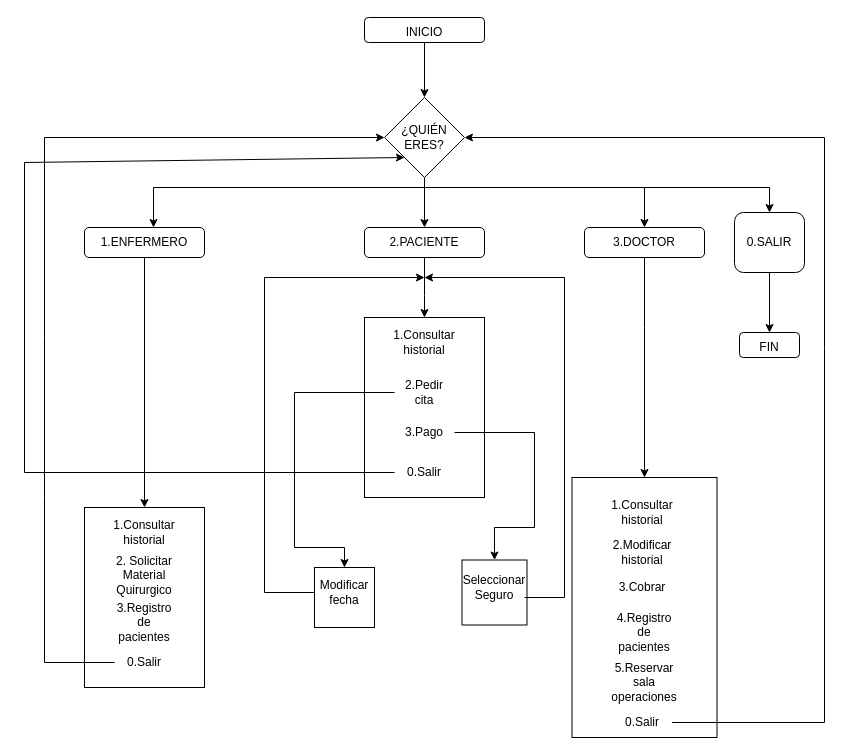
This is Interfaz_Proyecto.drawio from JuanEspinosa97/tis_2022_repositorio, a draw.io file, before an edit. Source tidied: cells renumbered, new cells numbered last; positions are measured from the earlier drawing's top-left corner, leaving out a move shared by most shapes. Both pictures are drawn from the tidied source at 100%, with x=0, y=0 at pixel (24, 17).
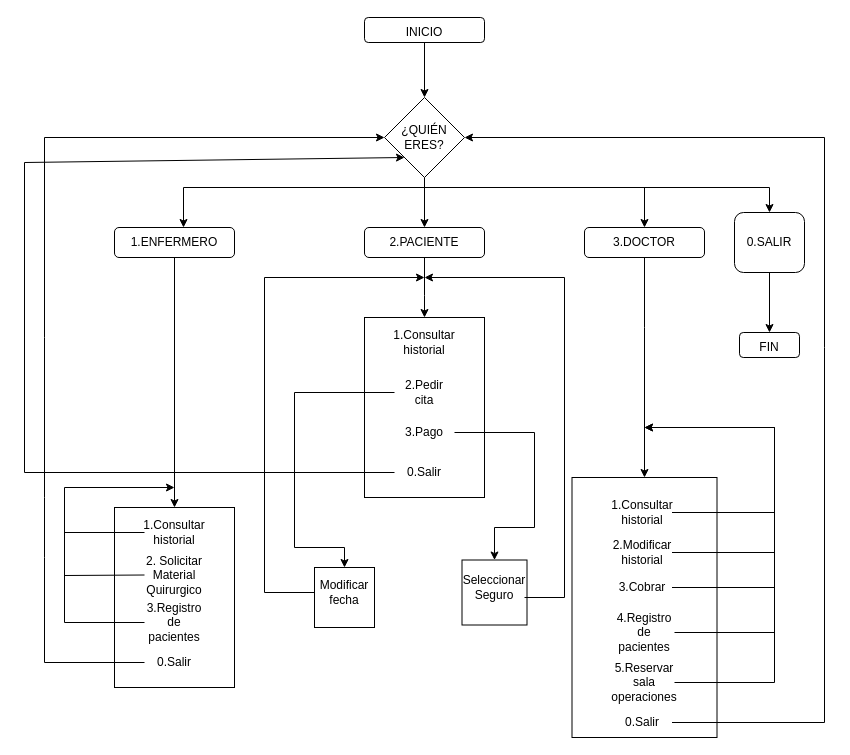
Above is the later version.

Commit message (it also covers changes not shown here):
Cambios Interfaz

The change refers to these unchanged cells:
```xml
<mxCell id="16" value="1.Consultar historial" style="text;html=1;strokeColor=none;fillColor=none;align=center;verticalAlign=middle;whiteSpace=wrap;rounded=0;" parent="1" vertex="1">
  <mxGeometry x="587.5" y="480" width="60" height="30" as="geometry" />
</mxCell>
<mxCell id="17" value="2.Modificar historial" style="text;html=1;strokeColor=none;fillColor=none;align=center;verticalAlign=middle;whiteSpace=wrap;rounded=0;" parent="1" vertex="1">
  <mxGeometry x="587.5" y="520" width="60" height="30" as="geometry" />
</mxCell>
<mxCell id="18" value="3.Cobrar" style="text;html=1;strokeColor=none;fillColor=none;align=center;verticalAlign=middle;whiteSpace=wrap;rounded=0;" parent="1" vertex="1">
  <mxGeometry x="587.5" y="555" width="60" height="30" as="geometry" />
</mxCell>
<mxCell id="47" value="¿QUIÉN ERES?" style="text;html=1;strokeColor=none;fillColor=none;align=center;verticalAlign=middle;whiteSpace=wrap;rounded=0;" parent="1" vertex="1">
  <mxGeometry x="360" y="95" width="80" height="50" as="geometry" />
</mxCell>
<mxCell id="51" value="4.Registro de pacientes" style="text;html=1;strokeColor=none;fillColor=none;align=center;verticalAlign=middle;whiteSpace=wrap;rounded=0;" parent="1" vertex="1">
  <mxGeometry x="590" y="600" width="60" height="30" as="geometry" />
</mxCell>
<mxCell id="52" value="5.Reservar sala operaciones" style="text;html=1;strokeColor=none;fillColor=none;align=center;verticalAlign=middle;whiteSpace=wrap;rounded=0;" parent="1" vertex="1">
  <mxGeometry x="590" y="650" width="60" height="30" as="geometry" />
</mxCell>
```

Diff of the diagram source:
```diff
@@
     <mxCell id="3" style="rounded=0;whiteSpace=wrap;html=1;" parent="1" vertex="1">
-      <mxGeometry x="60" y="490" width="120" height="180" as="geometry" />
+      <mxGeometry x="90" y="490" width="120" height="180" as="geometry" />
     </mxCell>
@@
     <mxCell id="10" style="rounded=1;whiteSpace=wrap;html=1;" parent="1" vertex="1">
-      <mxGeometry x="60" y="210" width="120" height="30" as="geometry" />
+      <mxGeometry x="90" y="210" width="120" height="30" as="geometry" />
     </mxCell>
@@
     <mxCell id="12" value="1.ENFERMERO" style="text;html=1;strokeColor=none;fillColor=none;align=center;verticalAlign=middle;whiteSpace=wrap;rounded=0;" parent="1" vertex="1">
-      <mxGeometry x="90" y="210" width="60" height="30" as="geometry" />
+      <mxGeometry x="120" y="210" width="60" height="30" as="geometry" />
     </mxCell>
@@
-    <mxCell id="20" style="endArrow=classic;html=1;rounded=0;exitX=0.5;exitY=1;exitDx=0;exitDy=0;entryX=0.5;entryY=0;entryDx=0;entryDy=0;" parent="1" edge="1" source="12">
-      <mxGeometry relative="1" as="geometry">
-        <mxPoint x="120" y="490" as="targetPoint" />
-      </mxGeometry>
+    <mxCell id="20" style="endArrow=classic;html=1;rounded=0;exitX=0.5;exitY=1;exitDx=0;exitDy=0;entryX=0.5;entryY=0;entryDx=0;entryDy=0;" parent="1" edge="1" source="12" target="3">
+      <mxGeometry relative="1" as="geometry" />
     </mxCell>
     <mxCell id="21" value="1.Consultar historial" style="text;html=1;strokeColor=none;fillColor=none;align=center;verticalAlign=middle;whiteSpace=wrap;rounded=0;" parent="1" vertex="1">
-      <mxGeometry x="90" y="500" width="60" height="30" as="geometry" />
+      <mxGeometry x="120" y="500" width="60" height="30" as="geometry" />
     </mxCell>
     <mxCell id="22" value="0.Salir" style="text;html=1;strokeColor=none;fillColor=none;align=center;verticalAlign=middle;whiteSpace=wrap;rounded=0;" parent="1" vertex="1">
-      <mxGeometry x="90" y="630" width="60" height="30" as="geometry" />
+      <mxGeometry x="120" y="630" width="60" height="30" as="geometry" />
     </mxCell>
@@
     <mxCell id="34" style="endArrow=classic;html=1;rounded=0;exitX=0;exitY=0.5;exitDx=0;exitDy=0;" parent="1" edge="1" source="22" target="47">
       <mxGeometry relative="1" as="geometry">
         <Array as="points">
           <mxPoint x="20" y="645" />
+          <mxPoint x="20" y="540" />
           <mxPoint x="20" y="480" />
           <mxPoint x="20" y="320" />
           <mxPoint x="20" y="120" />
         </Array>
       </mxGeometry>
     </mxCell>
@@
     <mxCell id="39" style="endArrow=classic;html=1;rounded=0;entryX=0.65;entryY=0;entryDx=0;entryDy=0;entryPerimeter=0;" parent="1" edge="1" target="12">
       <mxGeometry relative="1" as="geometry">
         <mxPoint x="400" y="170" as="sourcePoint" />
         <Array as="points">
-          <mxPoint x="129" y="170" />
+          <mxPoint x="159" y="170" />
         </Array>
       </mxGeometry>
     </mxCell>
@@
     <mxCell id="48" value="2. Solicitar Material Quirurgico" style="text;html=1;strokeColor=none;fillColor=none;align=center;verticalAlign=middle;whiteSpace=wrap;rounded=0;" parent="1" vertex="1">
-      <mxGeometry x="90" y="542.5" width="60" height="30" as="geometry" />
+      <mxGeometry x="120" y="542.5" width="60" height="30" as="geometry" />
     </mxCell>
     <mxCell id="49" value="3.Registro de pacientes" style="text;html=1;strokeColor=none;fillColor=none;align=center;verticalAlign=middle;whiteSpace=wrap;rounded=0;" parent="1" vertex="1">
-      <mxGeometry x="90" y="590" width="60" height="30" as="geometry" />
+      <mxGeometry x="120" y="590" width="60" height="30" as="geometry" />
     </mxCell>
@@
+    <mxCell id="53" style="edgeStyle=orthogonalEdgeStyle;rounded=0;jettySize=auto;html=1;" parent="1" edge="1" source="51">
+      <mxGeometry relative="1" as="geometry">
+        <mxPoint x="620" y="410" as="targetPoint" />
+        <Array as="points">
+          <mxPoint x="750" y="615" />
+          <mxPoint x="750" y="410" />
+        </Array>
+      </mxGeometry>
+    </mxCell>
@@
+    <mxCell id="54" style="edgeStyle=orthogonalEdgeStyle;rounded=0;jettySize=auto;html=1;" parent="1" edge="1" source="52">
+      <mxGeometry relative="1" as="geometry">
+        <mxPoint x="620" y="410" as="targetPoint" />
+        <Array as="points">
+          <mxPoint x="750" y="665" />
+          <mxPoint x="750" y="410" />
+        </Array>
+      </mxGeometry>
+    </mxCell>
@@
+    <mxCell id="55" style="endArrow=none;html=1;rounded=0;exitX=1;exitY=0.5;exitDx=0;exitDy=0;" parent="1" edge="1" source="18">
+      <mxGeometry relative="1" as="geometry">
+        <mxPoint x="750" y="570" as="targetPoint" />
+      </mxGeometry>
+    </mxCell>
+    <mxCell id="56" style="endArrow=none;html=1;rounded=0;entryX=1;entryY=0.5;entryDx=0;entryDy=0;" parent="1" edge="1" target="17">
+      <mxGeometry relative="1" as="geometry">
+        <mxPoint x="750" y="535" as="sourcePoint" />
+      </mxGeometry>
+    </mxCell>
+    <mxCell id="57" style="endArrow=none;html=1;rounded=0;entryX=1;entryY=0.5;entryDx=0;entryDy=0;" parent="1" edge="1" target="16">
+      <mxGeometry relative="1" as="geometry">
+        <mxPoint x="750" y="495" as="sourcePoint" />
+      </mxGeometry>
+    </mxCell>
+    <mxCell id="58" style="endArrow=classic;html=1;rounded=0;exitX=0;exitY=0.5;exitDx=0;exitDy=0;" parent="1" edge="1" source="49">
+      <mxGeometry relative="1" as="geometry">
+        <mxPoint x="150" y="470" as="targetPoint" />
+        <Array as="points">
+          <mxPoint x="40" y="605" />
+          <mxPoint x="40" y="470" />
+        </Array>
+      </mxGeometry>
+    </mxCell>
+    <mxCell id="59" style="endArrow=none;html=1;rounded=0;entryX=0;entryY=0.5;entryDx=0;entryDy=0;" parent="1" edge="1" target="21">
+      <mxGeometry relative="1" as="geometry">
+        <mxPoint x="40" y="515" as="sourcePoint" />
+      </mxGeometry>
+    </mxCell>
+    <mxCell id="60" style="endArrow=none;html=1;rounded=0;entryX=0;entryY=0.5;entryDx=0;entryDy=0;" parent="1" edge="1" target="48">
+      <mxGeometry relative="1" as="geometry">
+        <mxPoint x="40" y="558" as="sourcePoint" />
+      </mxGeometry>
+    </mxCell>
```
